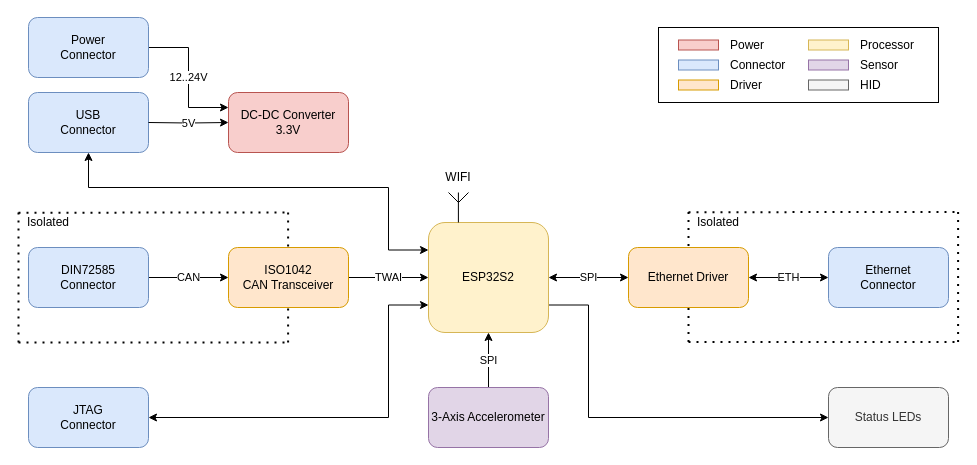
Above: hardware/fleet_monitor_hardware.drawio in SA-OST-2021/fleet-monitor-docs (draw.io), before the change. Source tidied: cells renumbered, new cells numbered last; positions are measured from the earlier drawing's top-left corner, leaving out a move shared by most shapes. Both pictures are drawn from the tidied source at 100%, with x=0, y=0 at pixel (18, 17).
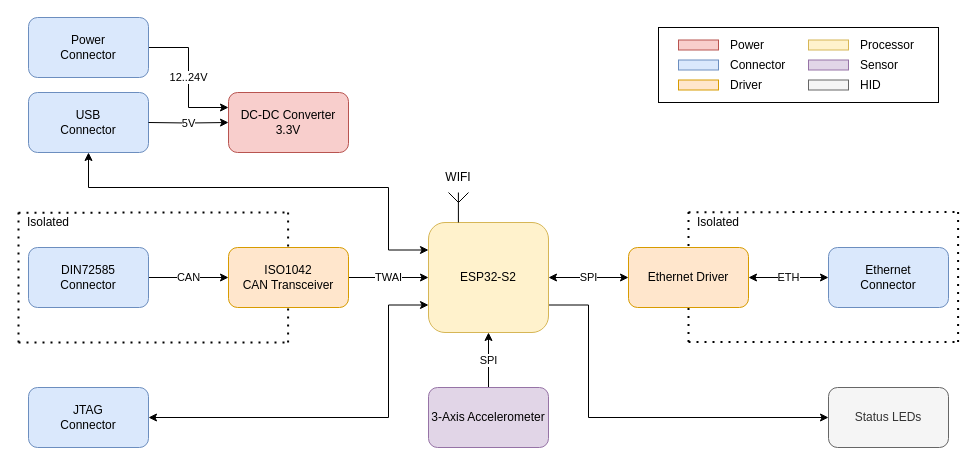
The same diagram, later.

Commit message (it also covers changes not shown here):
Updated Hardware Block Diagram

The edit, as a diff of the source:
```diff
@@
-    <mxCell id="8" value="ESP32S2" style="rounded=1;whiteSpace=wrap;html=1;fillColor=#fff2cc;strokeColor=#d6b656;" parent="1" vertex="1">
+    <mxCell id="8" value="ESP32-S2" style="rounded=1;whiteSpace=wrap;html=1;fillColor=#fff2cc;strokeColor=#d6b656;" parent="1" vertex="1">
       <mxGeometry x="410" y="205" width="120" height="110" as="geometry" />
     </mxCell>
```
